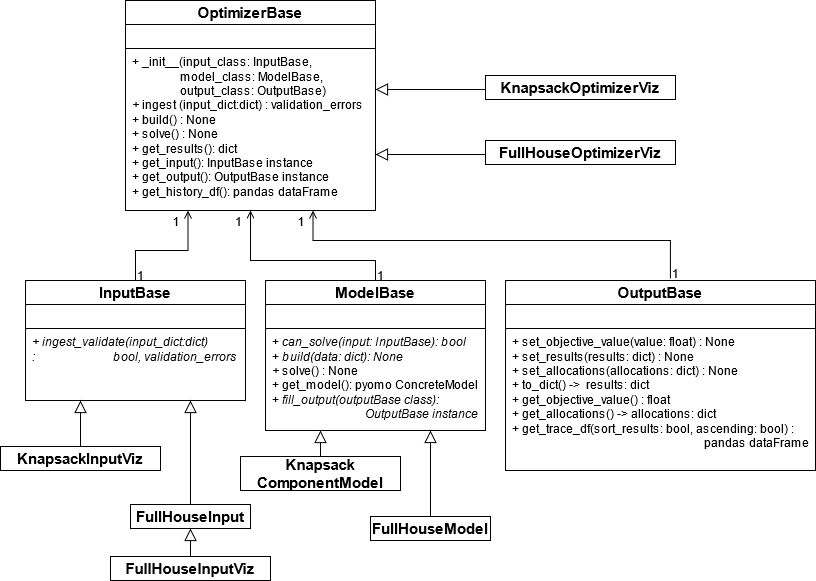
The draw.io diagram docs/pictures/optimizer_class_diagram.png in efuller-gov/dm3k, before a commit. Source tidied: cells renumbered, new cells last; positions are measured from the earlier drawing's top-left corner, leaving out a move shared by most shapes.
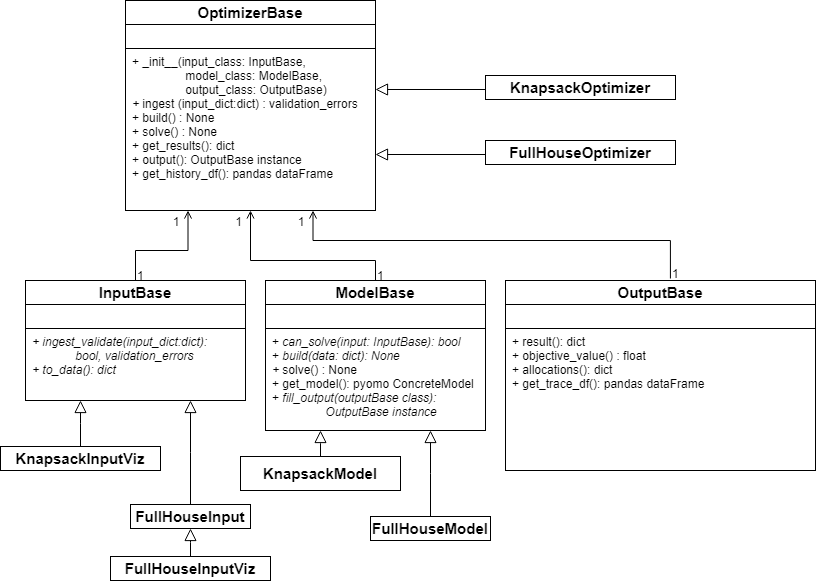
Later version of the same file.

Commit message:
clarified IF-Only condition and other optimizer documentation

Diff of the diagram source:
```diff
@@ -11,7 +11,7 @@
     <mxCell id="4" style="rounded=0;whiteSpace=wrap;html=1;" parent="2" vertex="1">
       <mxGeometry y="24" width="220" height="24" as="geometry" />
     </mxCell>
-    <mxCell id="5" value="&lt;i&gt;+ ingest_validate(input_dict:dict) :&amp;nbsp;&amp;nbsp;&amp;nbsp;&amp;nbsp;&amp;nbsp;&amp;nbsp;&amp;nbsp;&amp;nbsp;&amp;nbsp;&amp;nbsp;&amp;nbsp;&amp;nbsp;&amp;nbsp;&amp;nbsp;&amp;nbsp;&amp;nbsp;&amp;nbsp;&amp;nbsp;&amp;nbsp;&amp;nbsp;&amp;nbsp;&amp;nbsp;&amp;nbsp;&amp;nbsp;&amp;nbsp; bool, validation_errors&lt;/i&gt;" style="rounded=0;whiteSpace=wrap;html=1;align=left;spacingLeft=5;verticalAlign=top;" parent="2" vertex="1">
+    <mxCell id="5" value="&lt;i&gt;+ ingest_validate(input_dict:dict):&amp;nbsp; &amp;nbsp; &amp;nbsp; &amp;nbsp; &amp;nbsp; &amp;nbsp; &amp;nbsp; &amp;nbsp; &amp;nbsp; &amp;nbsp; &amp;nbsp; &amp;nbsp; &amp;nbsp;bool, validation_errors&lt;br&gt;+ to_data(): dict&lt;br&gt;&lt;/i&gt;" style="rounded=0;whiteSpace=wrap;html=1;align=left;spacingLeft=5;verticalAlign=top;" parent="2" vertex="1">
       <mxGeometry y="48" width="220" height="72" as="geometry" />
     </mxCell>
     <mxCell id="6" style="group;" parent="1" vertex="1">
@@ -23,7 +23,7 @@
     <mxCell id="8" style="rounded=0;whiteSpace=wrap;html=1;" parent="6" vertex="1">
       <mxGeometry y="24" width="310" height="24" as="geometry" />
     </mxCell>
-    <mxCell id="9" value="&lt;div&gt;+ set_objective_value(value: float) : None&lt;/div&gt;&lt;div&gt;+ set_results(results: dict) : None&lt;/div&gt;&lt;div&gt;+ set_allocations(allocations: dict) : None&lt;/div&gt;&lt;div&gt;+ to_dict() -&amp;gt;&amp;nbsp; results: dict&lt;/div&gt;&lt;div&gt;+ get_objective_value() : float&lt;/div&gt;&lt;div&gt;+ get_allocations() -&amp;gt; allocations: dict&lt;/div&gt;&lt;div&gt;+ get_trace_df(sort_results: bool, ascending: bool) : &lt;br&gt;&lt;/div&gt;&lt;div&gt;&amp;nbsp;&amp;nbsp;&amp;nbsp;&amp;nbsp;&amp;nbsp;&amp;nbsp;&amp;nbsp;&amp;nbsp;&amp;nbsp;&amp;nbsp;&amp;nbsp;&amp;nbsp;&amp;nbsp;&amp;nbsp;&amp;nbsp;&amp;nbsp;&amp;nbsp;&amp;nbsp;&amp;nbsp;&amp;nbsp;&amp;nbsp;&amp;nbsp;&amp;nbsp;&amp;nbsp;&amp;nbsp;&amp;nbsp;&amp;nbsp;&amp;nbsp;&amp;nbsp;&amp;nbsp;&amp;nbsp;&amp;nbsp;&amp;nbsp;&amp;nbsp;&amp;nbsp;&amp;nbsp;&amp;nbsp;&amp;nbsp;&amp;nbsp;&amp;nbsp;&amp;nbsp;&amp;nbsp;&amp;nbsp;&amp;nbsp;&amp;nbsp;&amp;nbsp;&amp;nbsp;&amp;nbsp;&amp;nbsp;&amp;nbsp;&amp;nbsp;&amp;nbsp;&amp;nbsp;&amp;nbsp;&amp;nbsp;&amp;nbsp;&amp;nbsp;&amp;nbsp;&amp;nbsp;&amp;nbsp;&amp;nbsp;&amp;nbsp;&amp;nbsp; pandas dataFrame&lt;br&gt;&lt;/div&gt;&lt;div&gt;&lt;br&gt;&lt;/div&gt;&lt;div&gt;&lt;br&gt;&lt;/div&gt;&lt;div&gt;&lt;br&gt;&lt;/div&gt;" style="rounded=0;whiteSpace=wrap;html=1;align=left;spacingLeft=5;verticalAlign=top;" parent="6" vertex="1">
+    <mxCell id="9" value="&lt;div&gt;+&amp;nbsp;&lt;span&gt;result(): dict&lt;/span&gt;&lt;/div&gt;&lt;div&gt;+&amp;nbsp;&lt;span&gt;objective_value() : float&lt;/span&gt;&lt;/div&gt;&lt;div&gt;+ allocations(): dict&lt;/div&gt;&lt;div&gt;+ get_trace_df():&lt;span&gt;&amp;nbsp;pandas dataFrame&lt;/span&gt;&lt;/div&gt;&lt;div&gt;&lt;br&gt;&lt;/div&gt;&lt;div&gt;&lt;br&gt;&lt;/div&gt;&lt;div&gt;&lt;br&gt;&lt;/div&gt;" style="rounded=0;whiteSpace=wrap;html=1;align=left;spacingLeft=5;verticalAlign=top;" parent="6" vertex="1">
       <mxGeometry y="48" width="310" height="142" as="geometry" />
     </mxCell>
     <mxCell id="10" style="group;" parent="1" vertex="1">
@@ -35,7 +35,7 @@
     <mxCell id="12" style="rounded=0;whiteSpace=wrap;html=1;" parent="10" vertex="1">
       <mxGeometry y="24" width="220" height="24" as="geometry" />
     </mxCell>
-    <mxCell id="13" value="&lt;div&gt;+ &lt;i&gt;can_solve(input: InputBase): bool&lt;/i&gt;&lt;/div&gt;&lt;div&gt;+ &lt;i&gt;build(data: dict): None&lt;/i&gt;&lt;/div&gt;&lt;div&gt;&lt;i&gt;+ &lt;/i&gt;solve() : None&lt;/div&gt;&lt;div&gt;+ get_model(): pyomo ConcreteModel&lt;/div&gt;&lt;div&gt;+&lt;i&gt; fill_output(outputBase class): &lt;br&gt;&lt;/i&gt;&lt;/div&gt;&lt;div&gt;&lt;i&gt;&amp;nbsp;&amp;nbsp;&amp;nbsp;&amp;nbsp;&amp;nbsp;&amp;nbsp;&amp;nbsp;&amp;nbsp;&amp;nbsp;&amp;nbsp;&amp;nbsp;&amp;nbsp;&amp;nbsp;&amp;nbsp;&amp;nbsp;&amp;nbsp;&amp;nbsp;&amp;nbsp;&amp;nbsp;&amp;nbsp;&amp;nbsp;&amp;nbsp;&amp;nbsp;&amp;nbsp;&amp;nbsp;&amp;nbsp;&amp;nbsp;&amp;nbsp;&amp;nbsp;&amp;nbsp; OutputBase instance&lt;/i&gt;&lt;br&gt;&lt;/div&gt;" style="rounded=0;whiteSpace=wrap;html=1;align=left;spacingLeft=5;verticalAlign=top;" parent="10" vertex="1">
+    <mxCell id="13" value="&lt;div&gt;+ &lt;i&gt;can_solve(input: InputBase): bool&lt;/i&gt;&lt;/div&gt;&lt;div&gt;+ &lt;i&gt;build(data: dict): None&lt;/i&gt;&lt;/div&gt;&lt;div&gt;&lt;i&gt;+ &lt;/i&gt;solve() : None&lt;/div&gt;&lt;div&gt;+ get_model(): pyomo ConcreteModel&lt;/div&gt;&lt;div&gt;+&lt;i&gt; fill_output(outputBase class):&lt;/i&gt;&lt;i&gt;&amp;nbsp; &amp;nbsp; &amp;nbsp; &amp;nbsp; &amp;nbsp; &amp;nbsp; &amp;nbsp; &amp;nbsp; &amp;nbsp; &amp;nbsp; &amp;nbsp; &amp;nbsp; &amp;nbsp; &amp;nbsp; &amp;nbsp; OutputBase instance&lt;/i&gt;&lt;/div&gt;" style="rounded=0;whiteSpace=wrap;html=1;align=left;spacingLeft=5;verticalAlign=top;" parent="10" vertex="1">
       <mxGeometry y="48" width="220" height="102" as="geometry" />
     </mxCell>
     <mxCell id="14" style="endArrow=block;endSize=10;endFill=0;shadow=0;strokeWidth=1;rounded=0;edgeStyle=elbowEdgeStyle;elbow=vertical;exitX=0.5;exitY=0;exitDx=0;exitDy=0;entryX=0.25;entryY=1;entryDx=0;entryDy=0;" parent="1" edge="1" source="30" target="5">
@@ -53,7 +53,7 @@
     <mxCell id="18" style="rounded=0;whiteSpace=wrap;html=1;" parent="16" vertex="1">
       <mxGeometry y="24" width="250" height="24" as="geometry" />
     </mxCell>
-    <mxCell id="19" value="&lt;div&gt;+ _init__(input_class: InputBase, &lt;br&gt;&lt;/div&gt;&lt;div&gt;&amp;nbsp;&amp;nbsp;&amp;nbsp;&amp;nbsp;&amp;nbsp;&amp;nbsp;&amp;nbsp;&amp;nbsp;&amp;nbsp;&amp;nbsp;&amp;nbsp;&amp;nbsp;&amp;nbsp;&amp;nbsp;&amp;nbsp; model_class: ModelBase,&lt;/div&gt;&lt;div&gt;&amp;nbsp;&amp;nbsp;&amp;nbsp;&amp;nbsp;&amp;nbsp;&amp;nbsp;&amp;nbsp;&amp;nbsp;&amp;nbsp;&amp;nbsp;&amp;nbsp;&amp;nbsp;&amp;nbsp;&amp;nbsp;&amp;nbsp; output_class: OutputBase)&lt;i&gt;&lt;br&gt;&lt;/i&gt;&lt;/div&gt;&lt;div&gt;&lt;i&gt;+ &lt;/i&gt;ingest (input_dict:dict) : validation_errors&lt;/div&gt;&lt;div&gt;+ build() : None&lt;/div&gt;&lt;div&gt;+ solve() : None&lt;/div&gt;&lt;div&gt;+ get_results(): dict&lt;br&gt;&lt;/div&gt;&lt;div&gt;+ get_input(): InputBase instance&lt;br&gt;&lt;/div&gt;&lt;div&gt;+ get_output(): OutputBase instance&lt;/div&gt;&lt;div&gt;+ get_history_df(): pandas dataFrame&lt;br&gt;&lt;/div&gt;" style="rounded=0;whiteSpace=wrap;html=1;align=left;spacingLeft=5;verticalAlign=top;" parent="16" vertex="1">
+    <mxCell id="19" value="&lt;div&gt;+ _init__(input_class: InputBase, &lt;br&gt;&lt;/div&gt;&lt;div&gt;&amp;nbsp;&amp;nbsp;&amp;nbsp;&amp;nbsp;&amp;nbsp;&amp;nbsp;&amp;nbsp;&amp;nbsp;&amp;nbsp;&amp;nbsp;&amp;nbsp;&amp;nbsp;&amp;nbsp;&amp;nbsp;&amp;nbsp; model_class: ModelBase,&lt;/div&gt;&lt;div&gt;&amp;nbsp;&amp;nbsp;&amp;nbsp;&amp;nbsp;&amp;nbsp;&amp;nbsp;&amp;nbsp;&amp;nbsp;&amp;nbsp;&amp;nbsp;&amp;nbsp;&amp;nbsp;&amp;nbsp;&amp;nbsp;&amp;nbsp; output_class: OutputBase)&lt;i&gt;&lt;br&gt;&lt;/i&gt;&lt;/div&gt;&lt;div&gt;&lt;i&gt;+ &lt;/i&gt;ingest (input_dict:dict) : validation_errors&lt;/div&gt;&lt;div&gt;+ build() : None&lt;/div&gt;&lt;div&gt;+ solve() : None&lt;/div&gt;&lt;div&gt;+ get_results(): dict&lt;br&gt;&lt;/div&gt;&lt;div&gt;&lt;span&gt;+ output(): OutputBase instance&lt;/span&gt;&lt;br&gt;&lt;/div&gt;&lt;div&gt;+ get_history_df(): pandas dataFrame&lt;br&gt;&lt;/div&gt;" style="rounded=0;whiteSpace=wrap;html=1;align=left;spacingLeft=5;verticalAlign=top;" parent="16" vertex="1">
       <mxGeometry y="48" width="250" height="162" as="geometry" />
     </mxCell>
     <mxCell id="20" style="endArrow=open;shadow=0;strokeWidth=1;rounded=0;endFill=1;edgeStyle=elbowEdgeStyle;elbow=vertical;exitX=0.5;exitY=0;exitDx=0;exitDy=0;entryX=0.25;entryY=1;entryDx=0;entryDy=0;" parent="1" edge="1" source="3" target="19">
@@ -135,13 +135,13 @@
     <mxCell id="35" value="FullHouseModel" style="rounded=0;whiteSpace=wrap;html=1;fontSize=15;fontStyle=1;" parent="1" vertex="1">
       <mxGeometry x="370" y="516" width="120" height="24" as="geometry" />
     </mxCell>
-    <mxCell id="36" value="&lt;div&gt;Knapsack&lt;/div&gt;&lt;div&gt;ComponentModel&lt;/div&gt;" style="rounded=0;whiteSpace=wrap;html=1;fontSize=15;fontStyle=1;" parent="1" vertex="1">
+    <mxCell id="36" value="&lt;div&gt;Knapsack&lt;span&gt;Model&lt;/span&gt;&lt;/div&gt;" style="rounded=0;whiteSpace=wrap;html=1;fontSize=15;fontStyle=1;" parent="1" vertex="1">
       <mxGeometry x="240" y="456" width="160" height="34" as="geometry" />
     </mxCell>
     <mxCell id="37" style="endArrow=block;endSize=10;endFill=0;shadow=0;strokeWidth=1;rounded=0;edgeStyle=elbowEdgeStyle;elbow=vertical;entryX=0.25;entryY=1;entryDx=0;entryDy=0;exitX=0.5;exitY=0;exitDx=0;exitDy=0;" parent="1" edge="1" source="36" target="13">
       <mxGeometry relative="1" as="geometry" />
     </mxCell>
-    <mxCell id="38" value="KnapsackOptimizerViz" style="rounded=0;whiteSpace=wrap;html=1;fontSize=15;fontStyle=1;" parent="1" vertex="1">
+    <mxCell id="38" value="KnapsackOptimizer" style="rounded=0;whiteSpace=wrap;html=1;fontSize=15;fontStyle=1;" parent="1" vertex="1">
       <mxGeometry x="485" y="75" width="190" height="24" as="geometry" />
     </mxCell>
     <mxCell id="39" style="endArrow=block;endSize=10;endFill=0;shadow=0;strokeWidth=1;rounded=0;edgeStyle=elbowEdgeStyle;elbow=vertical;entryX=1;entryY=0.25;entryDx=0;entryDy=0;exitX=0;exitY=0.5;exitDx=0;exitDy=0;" parent="1" edge="1" source="40">
@@ -152,7 +152,7 @@
         </Array>
       </mxGeometry>
     </mxCell>
-    <mxCell id="40" value="FullHouseOptimizerViz" style="rounded=0;whiteSpace=wrap;html=1;fontSize=15;fontStyle=1;" parent="1" vertex="1">
+    <mxCell id="40" value="FullHouseOptimizer" style="rounded=0;whiteSpace=wrap;html=1;fontSize=15;fontStyle=1;" parent="1" vertex="1">
       <mxGeometry x="485" y="140" width="190" height="24" as="geometry" />
     </mxCell>
   </root>
```
